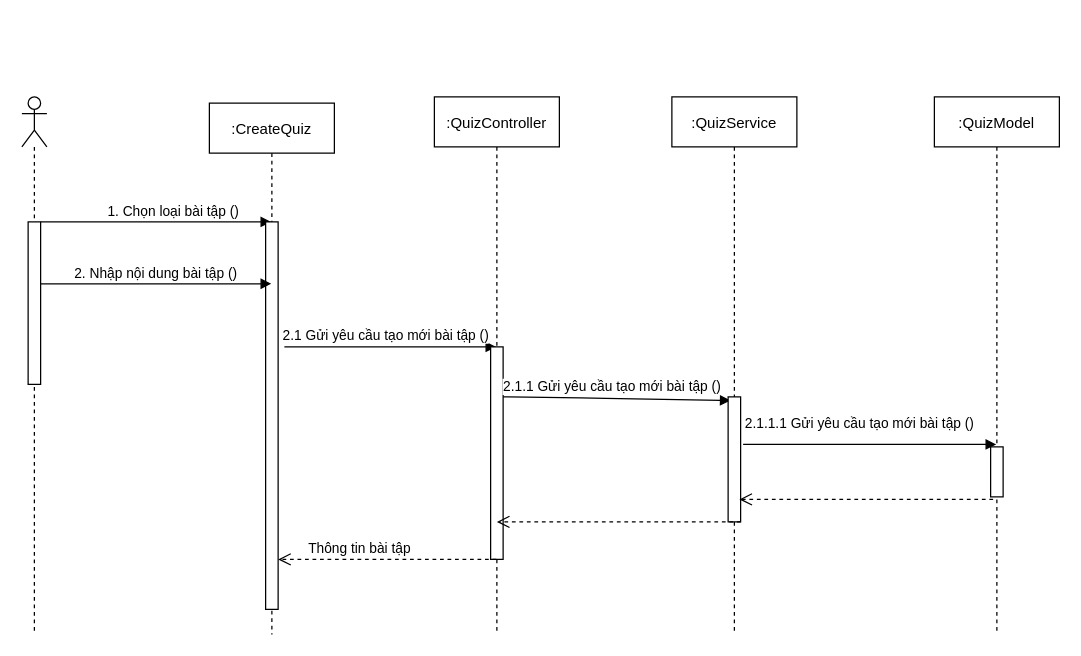
Earlier version of the draw.io diagram page "Page-1" (1 of 2) of src/Untitled Diagram.drawio (Thuong911/vietStudy). Source tidied: cells renumbered, new cells numbered last; positions are measured from the earlier drawing's top-left corner, leaving out a move shared by most shapes. Both pictures are drawn from the tidied source at 125%, with x=0, y=0 at pixel (21, 96).
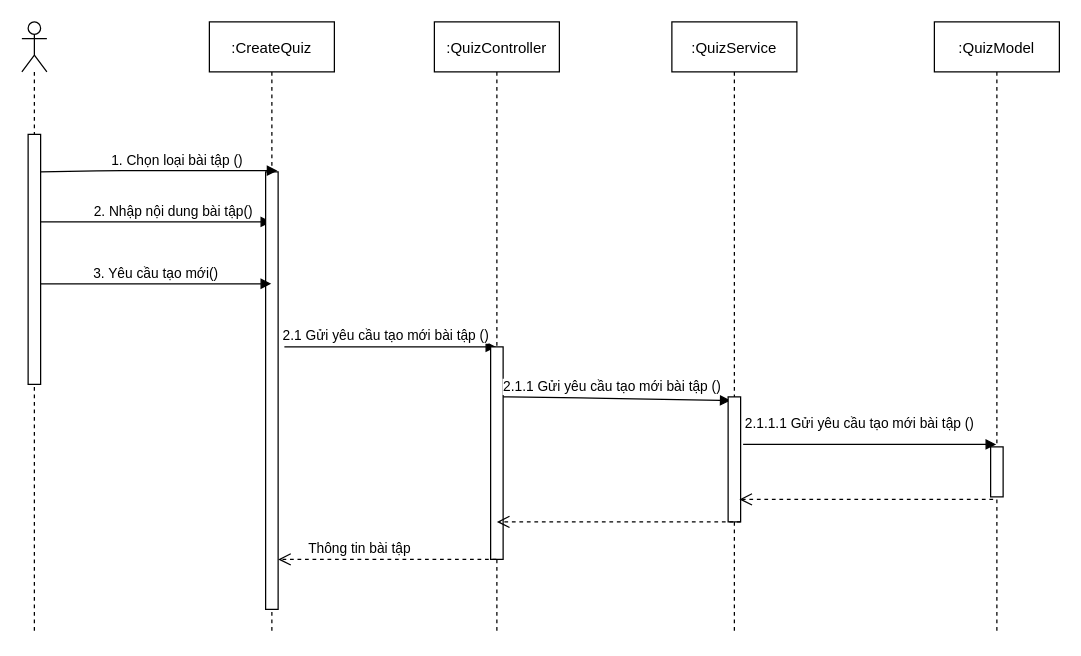
The same page after the edit.

The edit, as a diff of the source:
```diff
@@
     <mxCell id="2" value=":CreateQuiz" style="shape=umlLifeline;perimeter=lifelinePerimeter;rounded=0;shadow=0;strokeWidth=1;" parent="1" vertex="1">
-      <mxGeometry x="150" y="5" width="100" height="425" as="geometry" />
+      <mxGeometry x="150" y="-60" width="100" height="490" as="geometry" />
     </mxCell>
     <mxCell id="3" value=":QuizController" style="shape=umlLifeline;perimeter=lifelinePerimeter;rounded=0;shadow=0;strokeWidth=1;" parent="1" vertex="1">
-      <mxGeometry x="330" width="100" height="430" as="geometry" />
+      <mxGeometry x="330" y="-60" width="100" height="490" as="geometry" />
     </mxCell>
     <mxCell id="4" value=":QuizService" style="shape=umlLifeline;perimeter=lifelinePerimeter;rounded=0;shadow=0;strokeWidth=1;" parent="1" vertex="1">
-      <mxGeometry x="520" width="100" height="430" as="geometry" />
+      <mxGeometry x="520" y="-60" width="100" height="490" as="geometry" />
     </mxCell>
     <mxCell id="5" value=":QuizModel" style="shape=umlLifeline;perimeter=lifelinePerimeter;rounded=0;shadow=0;strokeWidth=1;" parent="1" vertex="1">
-      <mxGeometry x="730" width="100" height="430" as="geometry" />
+      <mxGeometry x="730" y="-60" width="100" height="490" as="geometry" />
     </mxCell>
     <mxCell id="6" style="shape=umlLifeline;participant=umlActor;perimeter=lifelinePerimeter;whiteSpace=wrap;html=1;verticalAlign=top;spacingTop=36;" parent="1" vertex="1">
-      <mxGeometry width="20" height="430" as="geometry" />
+      <mxGeometry y="-60" width="20" height="490" as="geometry" />
     </mxCell>
     <mxCell id="7" style="html=1;points=[];perimeter=orthogonalPerimeter;" parent="1" vertex="1">
-      <mxGeometry x="5" y="100" width="10" height="130" as="geometry" />
+      <mxGeometry x="5" y="30" width="10" height="200" as="geometry" />
     </mxCell>
-    <mxCell id="8" value="1. Chọn loại bài tập ()" style="html=1;verticalAlign=bottom;endArrow=block;" parent="1" edge="1" target="2">
+    <mxCell id="8" value="2. Nhập nội dung bài tập()" style="html=1;verticalAlign=bottom;endArrow=block;" parent="1" edge="1" target="2">
       <mxGeometry x="0.15" y="-1" relative="1" as="geometry">
         <mxPoint x="15" y="100" as="sourcePoint" />
         <Array as="points">
           <mxPoint x="65" y="100" />
         </Array>
       </mxGeometry>
     </mxCell>
     <mxCell id="9" style="html=1;perimeter=orthogonalPerimeter;" parent="1" vertex="1">
-      <mxGeometry x="195" y="100" width="10" height="310" as="geometry" />
+      <mxGeometry x="195" y="60" width="10" height="350" as="geometry" />
     </mxCell>
@@
-    <mxCell id="11" value="2. Nhập nội dung bài tập ()" style="html=1;verticalAlign=bottom;endArrow=block;" parent="1" edge="1" target="2">
+    <mxCell id="11" value="3. Yêu cầu tạo mới()" style="html=1;verticalAlign=bottom;endArrow=block;" parent="1" edge="1" target="2">
       <mxGeometry relative="1" as="geometry">
         <mxPoint x="15" y="149.5" as="sourcePoint" />
       </mxGeometry>
     </mxCell>
@@
+    <mxCell id="20" value="1. Chọn loại bài tập ()" style="html=1;verticalAlign=bottom;endArrow=block;exitX=1;exitY=0.15;exitDx=0;exitDy=0;exitPerimeter=0;" parent="1" edge="1" source="7">
+      <mxGeometry x="0.15" y="-1" relative="1" as="geometry">
+        <mxPoint x="204.5" y="59" as="targetPoint" />
+        <Array as="points">
+          <mxPoint x="70" y="59" />
+        </Array>
+      </mxGeometry>
+    </mxCell>
```
